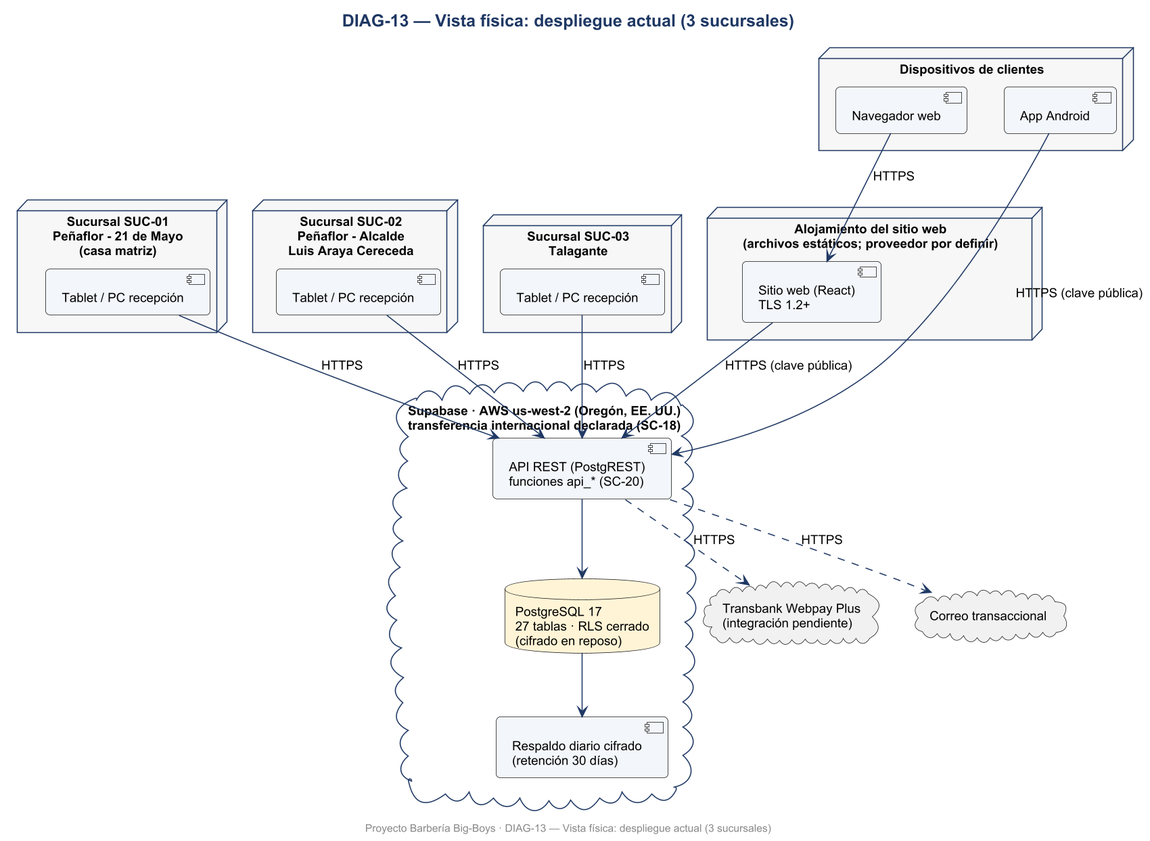
Earlier version of the PlantUML export Fase 2/Evidencias Proyecto/Evidencias de documentación/Diagramas/png/DIAG-13_Vista_fisica_despliegue_actual_3_sucursales.png (Yerko-Rosales/Proyecto_Barberia).
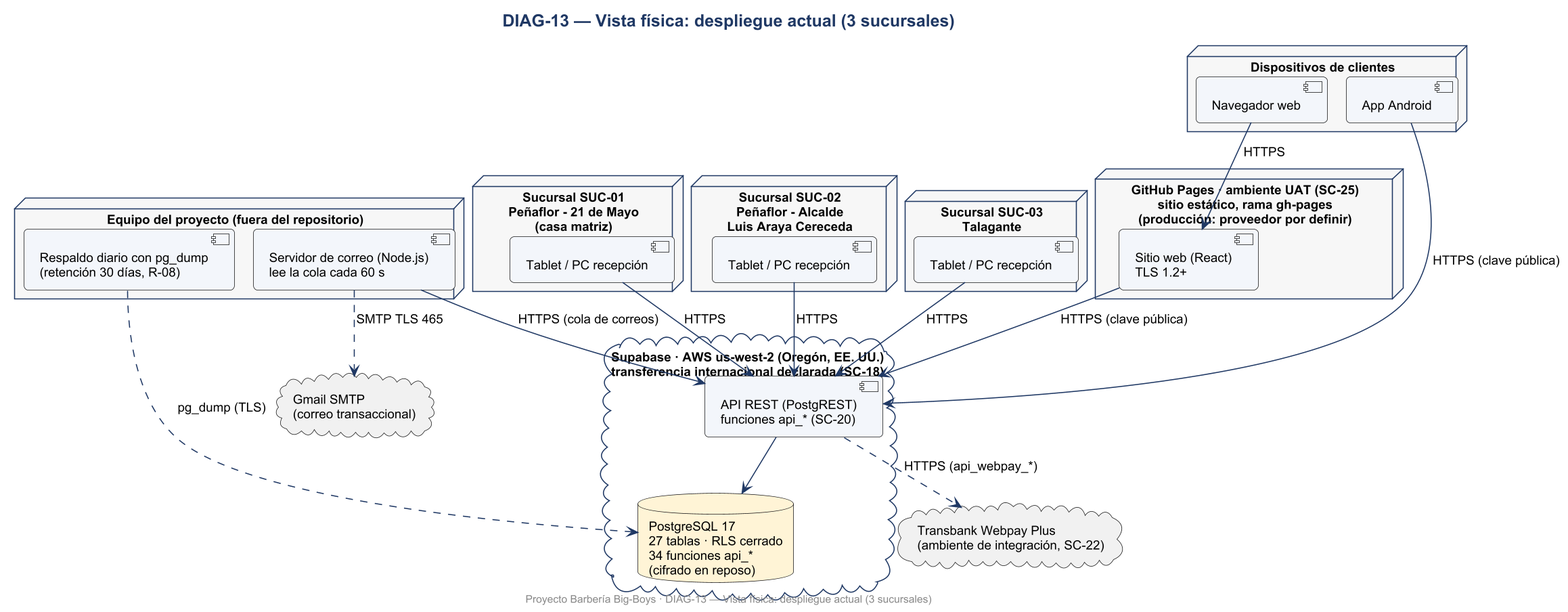
The same diagram one commit later.

The edit, as a diff of the source:
```diff
@@ -1,5 +1,6 @@
 @startuml DIAG-13_Vista_fisica_despliegue_actual_3_sucursales
 skinparamlocked dpi 150
+!pragma layout smetana
 skinparam defaultFontName Arial
 skinparam defaultFontSize 12
 skinparam shadowing false
@@ -47,16 +48,19 @@
   [Navegador web] as NAV
   [App Android] as AND
 }
-node "Alojamiento del sitio web\n(archivos estáticos; proveedor por definir)" as WEB {
+node "GitHub Pages · ambiente UAT (SC-25)\nsitio estático, rama gh-pages\n(producción: proveedor por definir)" as WEB {
   [Sitio web (React)\nTLS 1.2+] as SITE
 }
 cloud "Supabase · AWS us-west-2 (Oregón, EE. UU.)\ntransferencia internacional declarada (SC-18)" as SB {
   [API REST (PostgREST)\nfunciones api_* (SC-20)] as API
-  database "PostgreSQL 17\n27 tablas · RLS cerrado\n(cifrado en reposo)" as PG
-  [Respaldo diario cifrado\n(retención 30 días)] as BK
+  database "PostgreSQL 17\n27 tablas · RLS cerrado\n34 funciones api_*\n(cifrado en reposo)" as PG
 }
-cloud "Transbank Webpay Plus\n(integración pendiente)" as WP
-cloud "Correo transaccional" as ML
+node "Equipo del proyecto (fuera del repositorio)" as EQ {
+  [Respaldo diario con pg_dump\n(retención 30 días, R-08)] as BK
+  [Servidor de correo (Node.js)\nlee la cola cada 60 s] as MS
+}
+cloud "Transbank Webpay Plus\n(ambiente de integración, SC-22)" as WP
+cloud "Gmail SMTP\n(correo transaccional)" as ML
 NAV --> SITE : HTTPS
 T1 --> API : HTTPS
 T2 --> API : HTTPS
@@ -64,9 +68,10 @@
 SITE --> API : HTTPS (clave pública)
 AND --> API : HTTPS (clave pública)
 API --> PG
-PG --> BK
-API ..> WP : HTTPS
-API ..> ML : HTTPS
+API ..> WP : HTTPS (api_webpay_*)
+BK ..> PG : pg_dump (TLS)
+MS --> API : HTTPS (cola de correos)
+MS ..> ML : SMTP TLS 465
 
 footer Proyecto Barbería Big-Boys · DIAG-13 — Vista física: despliegue actual (3 sucursales)
 @enduml
```
